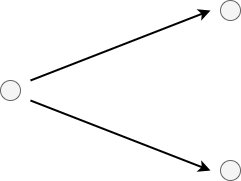
Earlier version of the draw.io export specification/src/assets/diagrams/EdgeParallel.png (epi-project/brane-documentation). Source tidied: cells renumbered, new cells last; positions are measured from the earlier drawing's top-left corner, leaving out a move shared by most shapes. The source it was exported from:
```xml
<mxGraphModel>
  <root>
    <mxCell id="0" />
    <mxCell id="1" parent="0" />
    <mxCell id="2" style="endArrow=classic;html=1;rounded=0;strokeWidth=2;endFill=1;" parent="1" edge="1">
      <mxGeometry relative="1" as="geometry">
        <mxPoint x="30" y="80" as="sourcePoint" />
        <mxPoint x="210" y="10" as="targetPoint" />
      </mxGeometry>
    </mxCell>
    <mxCell id="3" style="ellipse;whiteSpace=wrap;html=1;fillColor=#f5f5f5;fontColor=#333333;strokeColor=#666666;" parent="1" vertex="1">
      <mxGeometry y="80" width="20" height="20" as="geometry" />
    </mxCell>
    <mxCell id="4" style="endArrow=classic;html=1;rounded=0;strokeWidth=2;endFill=1;" parent="1" edge="1">
      <mxGeometry relative="1" as="geometry">
        <mxPoint x="30" y="100" as="sourcePoint" />
        <mxPoint x="210" y="170" as="targetPoint" />
      </mxGeometry>
    </mxCell>
    <mxCell id="5" style="ellipse;whiteSpace=wrap;html=1;fillColor=#f5f5f5;fontColor=#333333;strokeColor=#666666;" parent="1" vertex="1">
      <mxGeometry x="220" width="20" height="20" as="geometry" />
    </mxCell>
    <mxCell id="6" style="ellipse;whiteSpace=wrap;html=1;fillColor=#f5f5f5;fontColor=#333333;strokeColor=#666666;" parent="1" vertex="1">
      <mxGeometry x="220" y="160" width="20" height="20" as="geometry" />
    </mxCell>
  </root>
</mxGraphModel>
```
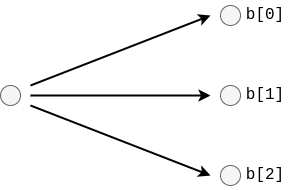
The same diagram one commit later.

Diff of the diagram source:
```diff
@@ -23,5 +23,23 @@
     <mxCell id="6" style="ellipse;whiteSpace=wrap;html=1;fillColor=#f5f5f5;fontColor=#333333;strokeColor=#666666;" parent="1" vertex="1">
       <mxGeometry x="220" y="160" width="20" height="20" as="geometry" />
     </mxCell>
+    <mxCell id="7" value="b[0]" style="text;html=1;strokeColor=none;fillColor=none;align=center;verticalAlign=middle;whiteSpace=wrap;rounded=0;fontSize=16;fontFamily=Courier New;" parent="1" vertex="1">
+      <mxGeometry x="240" y="-5" width="50" height="30" as="geometry" />
+    </mxCell>
+    <mxCell id="8" value="b[2]" style="text;html=1;strokeColor=none;fillColor=none;align=center;verticalAlign=middle;whiteSpace=wrap;rounded=0;fontSize=16;fontFamily=Courier New;" parent="1" vertex="1">
+      <mxGeometry x="240" y="155" width="50" height="30" as="geometry" />
+    </mxCell>
+    <mxCell id="9" style="ellipse;whiteSpace=wrap;html=1;fillColor=#f5f5f5;fontColor=#333333;strokeColor=#666666;" parent="1" vertex="1">
+      <mxGeometry x="220" y="80" width="20" height="20" as="geometry" />
+    </mxCell>
+    <mxCell id="10" value="b[1]" style="text;html=1;strokeColor=none;fillColor=none;align=center;verticalAlign=middle;whiteSpace=wrap;rounded=0;fontSize=16;fontFamily=Courier New;" parent="1" vertex="1">
+      <mxGeometry x="240" y="75" width="50" height="30" as="geometry" />
+    </mxCell>
+    <mxCell id="11" style="endArrow=classic;html=1;rounded=0;strokeWidth=2;endFill=1;" parent="1" edge="1">
+      <mxGeometry relative="1" as="geometry">
+        <mxPoint x="30" y="90" as="sourcePoint" />
+        <mxPoint x="210" y="90" as="targetPoint" />
+      </mxGeometry>
+    </mxCell>
   </root>
 </mxGraphModel>
```
